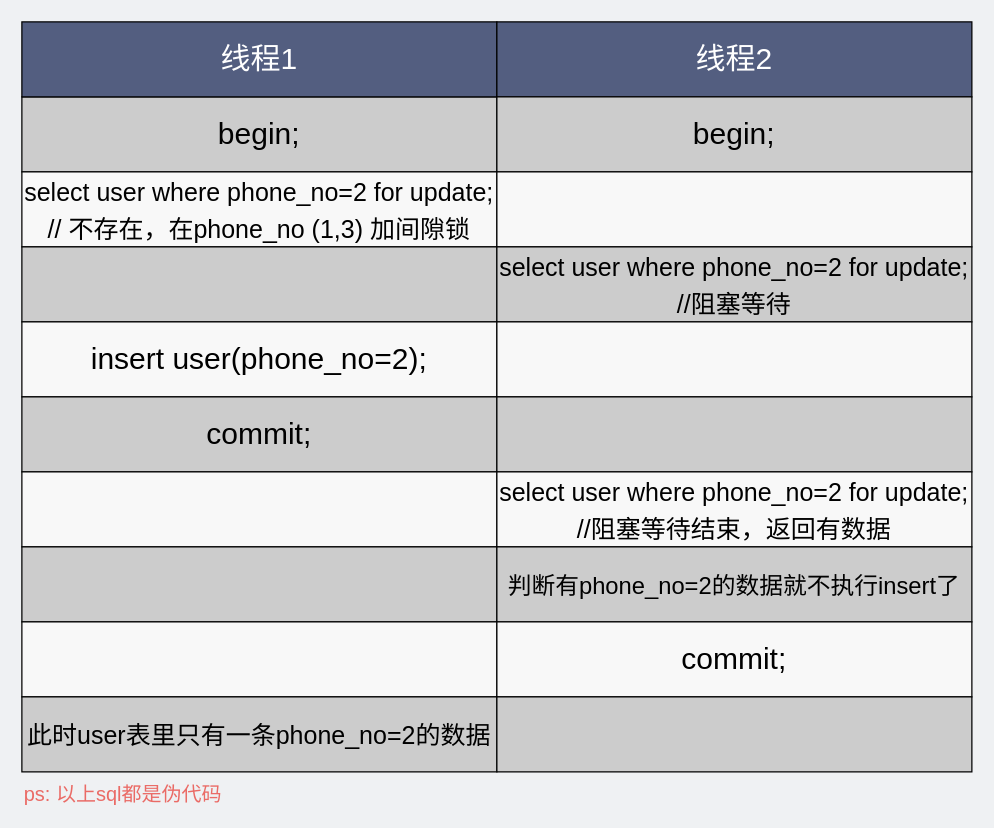
Before: network/RR隔离级别加锁并发写数据会死锁.drawio in xiaobaiTech/image, a draw.io diagram. Source tidied: cells renumbered, new cells numbered last; positions are measured from the earlier drawing's top-left corner, leaving out a move shared by most shapes. Both pictures are drawn from the tidied source at 125%, with x=0, y=0 at pixel (21, 21).
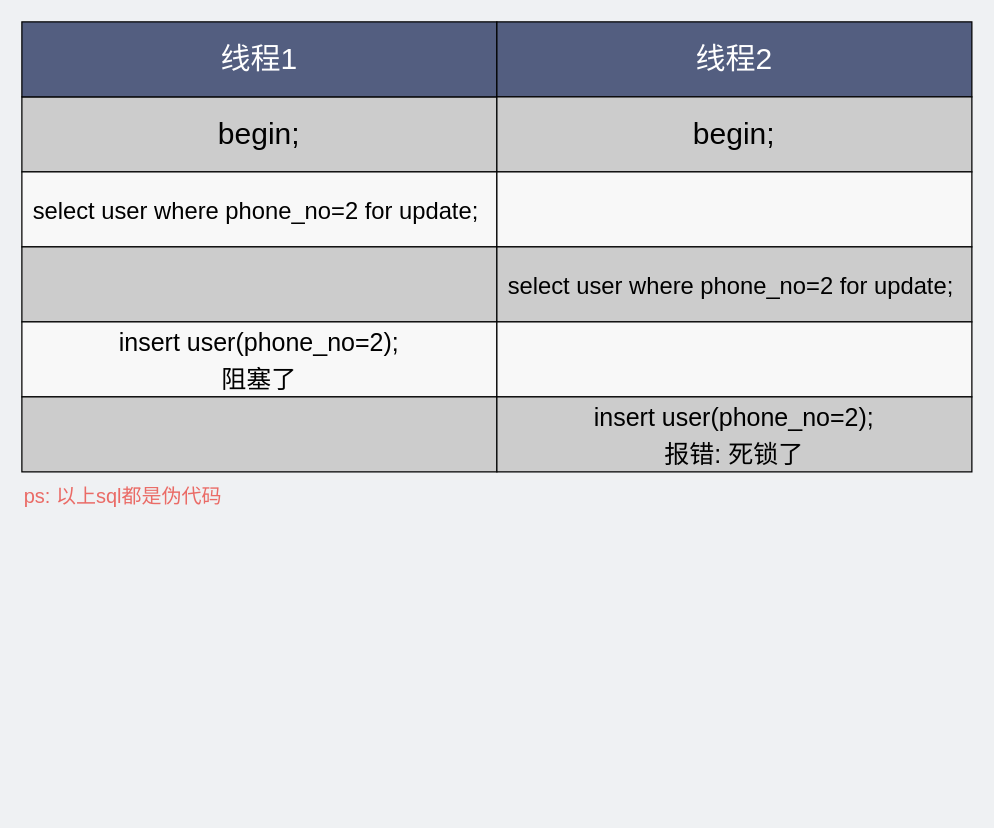
Above is the later version.

Commit message:
Update RR隔离级别加锁并发写数据会死锁.drawio

Change to the diagram source:
```diff
@@
-    <mxCell id="6" value="&lt;font style=&quot;font-size: 20px&quot;&gt;select user where phone_no=2 for update; // 不存在，在phone_no (1,3) 加间隙锁&lt;/font&gt;" style="rounded=0;whiteSpace=wrap;html=1;fillColor=#F8F8F8;gradientColor=none;fontSize=24;" parent="1" vertex="1">
+    <mxCell id="6" value="&lt;font style=&quot;font-size: 19px&quot;&gt;select user where phone_no=2 for update;&amp;nbsp;&lt;/font&gt;" style="rounded=0;whiteSpace=wrap;html=1;fillColor=#F8F8F8;gradientColor=none;fontSize=24;" parent="1" vertex="1">
       <mxGeometry y="120" width="380" height="60" as="geometry" />
     </mxCell>
@@
-    <mxCell id="9" value="&lt;font style=&quot;font-size: 20px&quot;&gt;select user where phone_no=2 for update; //阻塞等待&lt;/font&gt;" style="rounded=0;whiteSpace=wrap;html=1;fillColor=#CCCCCC;gradientColor=none;fontSize=24;" parent="1" vertex="1">
+    <mxCell id="9" value="&lt;font style=&quot;font-size: 19px&quot;&gt;select user where phone_no=2 for update;&amp;nbsp;&lt;/font&gt;" style="rounded=0;whiteSpace=wrap;html=1;fillColor=#CCCCCC;gradientColor=none;fontSize=24;" parent="1" vertex="1">
       <mxGeometry x="380" y="180" width="380" height="60" as="geometry" />
     </mxCell>
-    <mxCell id="10" value="insert user(phone_no=2);" style="rounded=0;whiteSpace=wrap;html=1;fillColor=#F8F8F8;gradientColor=none;fontSize=24;" parent="1" vertex="1">
+    <mxCell id="10" value="&lt;font style=&quot;font-size: 20px&quot;&gt;insert user(phone_no=2);&lt;br&gt;阻塞了&lt;/font&gt;" style="rounded=0;whiteSpace=wrap;html=1;fillColor=#F8F8F8;gradientColor=none;fontSize=24;" parent="1" vertex="1">
       <mxGeometry y="240" width="380" height="60" as="geometry" />
     </mxCell>
@@
-    <mxCell id="12" value="commit;" style="rounded=0;whiteSpace=wrap;html=1;fillColor=#CCCCCC;gradientColor=none;fontSize=24;" parent="1" vertex="1">
+    <mxCell id="12" style="rounded=0;whiteSpace=wrap;html=1;fillColor=#CCCCCC;gradientColor=none;fontSize=24;" parent="1" vertex="1">
       <mxGeometry y="300" width="380" height="60" as="geometry" />
     </mxCell>
-    <mxCell id="13" style="rounded=0;whiteSpace=wrap;html=1;fillColor=#CCCCCC;gradientColor=none;fontSize=24;" parent="1" vertex="1">
+    <mxCell id="13" value="&lt;font style=&quot;font-size: 20px&quot;&gt;&lt;span&gt;insert user(phone_no=2);&lt;/span&gt;&lt;br&gt;&lt;span&gt;报错: 死锁了&lt;/span&gt;&lt;/font&gt;" style="rounded=0;whiteSpace=wrap;html=1;fillColor=#CCCCCC;gradientColor=none;fontSize=24;" parent="1" vertex="1">
       <mxGeometry x="380" y="300" width="380" height="60" as="geometry" />
     </mxCell>
-    <mxCell id="14" style="rounded=0;whiteSpace=wrap;html=1;fillColor=#F8F8F8;gradientColor=none;fontSize=24;" parent="1" vertex="1">
-      <mxGeometry y="360" width="380" height="60" as="geometry" />
-    </mxCell>
-    <mxCell id="15" value="&lt;span style=&quot;font-size: 20px&quot;&gt;select user where phone_no=2 for update; //阻塞等待结束，返回有数据&lt;/span&gt;" style="rounded=0;whiteSpace=wrap;html=1;fillColor=#F8F8F8;gradientColor=none;fontSize=24;" parent="1" vertex="1">
-      <mxGeometry x="380" y="360" width="380" height="60" as="geometry" />
-    </mxCell>
-    <mxCell id="16" style="rounded=0;whiteSpace=wrap;html=1;fillColor=#CCCCCC;gradientColor=none;fontSize=24;" parent="1" vertex="1">
-      <mxGeometry y="420" width="380" height="60" as="geometry" />
-    </mxCell>
-    <mxCell id="17" value="&lt;font style=&quot;font-size: 19px&quot;&gt;判断有phone_no=2的数据就不执行insert了&lt;/font&gt;" style="rounded=0;whiteSpace=wrap;html=1;fillColor=#CCCCCC;gradientColor=none;fontSize=24;" parent="1" vertex="1">
-      <mxGeometry x="380" y="420" width="380" height="60" as="geometry" />
-    </mxCell>
-    <mxCell id="18" style="rounded=0;whiteSpace=wrap;html=1;fillColor=#F8F8F8;gradientColor=none;fontSize=24;" parent="1" vertex="1">
-      <mxGeometry y="480" width="380" height="60" as="geometry" />
-    </mxCell>
-    <mxCell id="19" value="commit;" style="rounded=0;whiteSpace=wrap;html=1;fillColor=#F8F8F8;gradientColor=none;fontSize=24;" parent="1" vertex="1">
-      <mxGeometry x="380" y="480" width="380" height="60" as="geometry" />
-    </mxCell>
-    <mxCell id="20" value="&lt;font style=&quot;font-size: 20px&quot;&gt;此时user表里只有一条phone_no=2的数据&lt;/font&gt;" style="rounded=0;whiteSpace=wrap;html=1;fillColor=#CCCCCC;gradientColor=none;fontSize=24;" parent="1" vertex="1">
-      <mxGeometry y="540" width="380" height="60" as="geometry" />
-    </mxCell>
-    <mxCell id="21" style="rounded=0;whiteSpace=wrap;html=1;fillColor=#CCCCCC;gradientColor=none;fontSize=24;" parent="1" vertex="1">
-      <mxGeometry x="380" y="540" width="380" height="60" as="geometry" />
-    </mxCell>
     <mxCell id="22" value="&lt;font color=&quot;#ea6b66&quot; style=&quot;font-size: 16px&quot;&gt;ps: 以上sql都是伪代码&lt;/font&gt;" style="text;html=1;strokeColor=none;fillColor=none;align=left;verticalAlign=middle;whiteSpace=wrap;rounded=0;fontSize=20;" parent="1" vertex="1">
-      <mxGeometry y="605" width="211" height="21" as="geometry" />
+      <mxGeometry y="366" width="211" height="21" as="geometry" />
     </mxCell>
```
